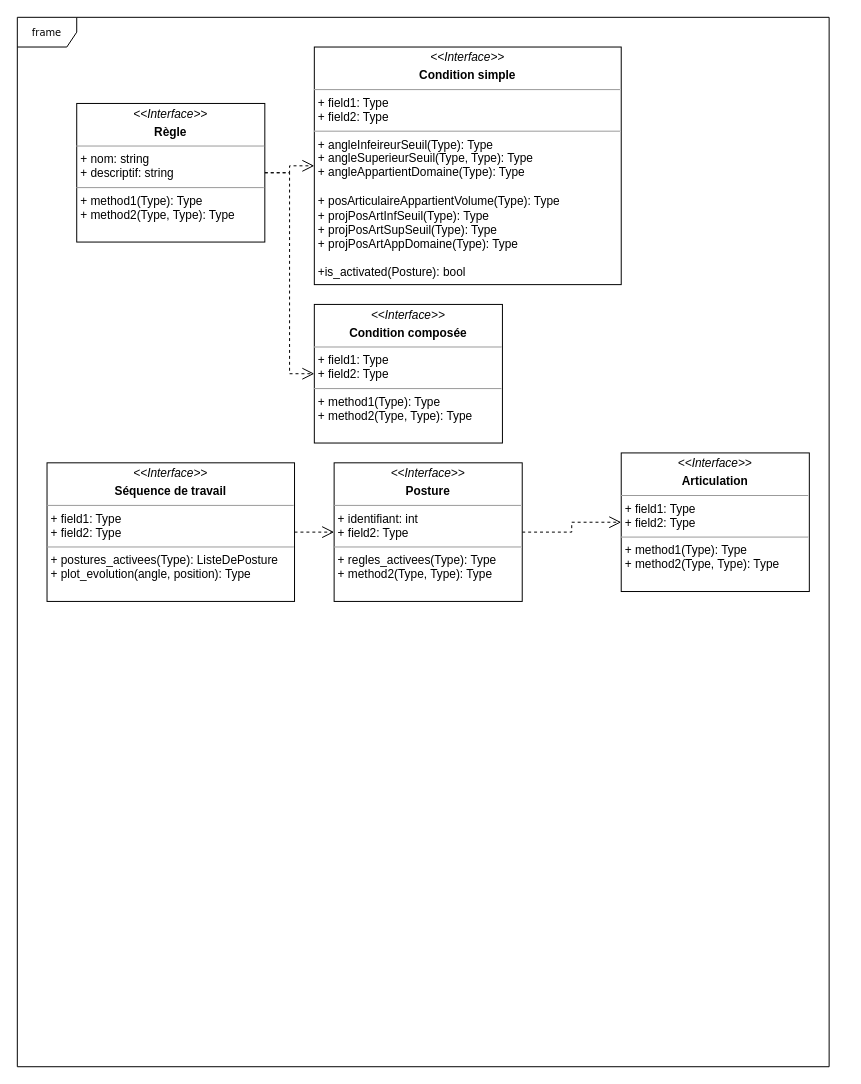
Above: MiniPOO-Diagramme de classe.drawio in lajoll1/MINI_POO222 (draw.io), before the change. Source tidied: cells renumbered, new cells numbered last; positions are measured from the earlier drawing's top-left corner, leaving out a move shared by most shapes. Both pictures are drawn from the tidied source at 99%, with x=0, y=0 at pixel (17, 17).
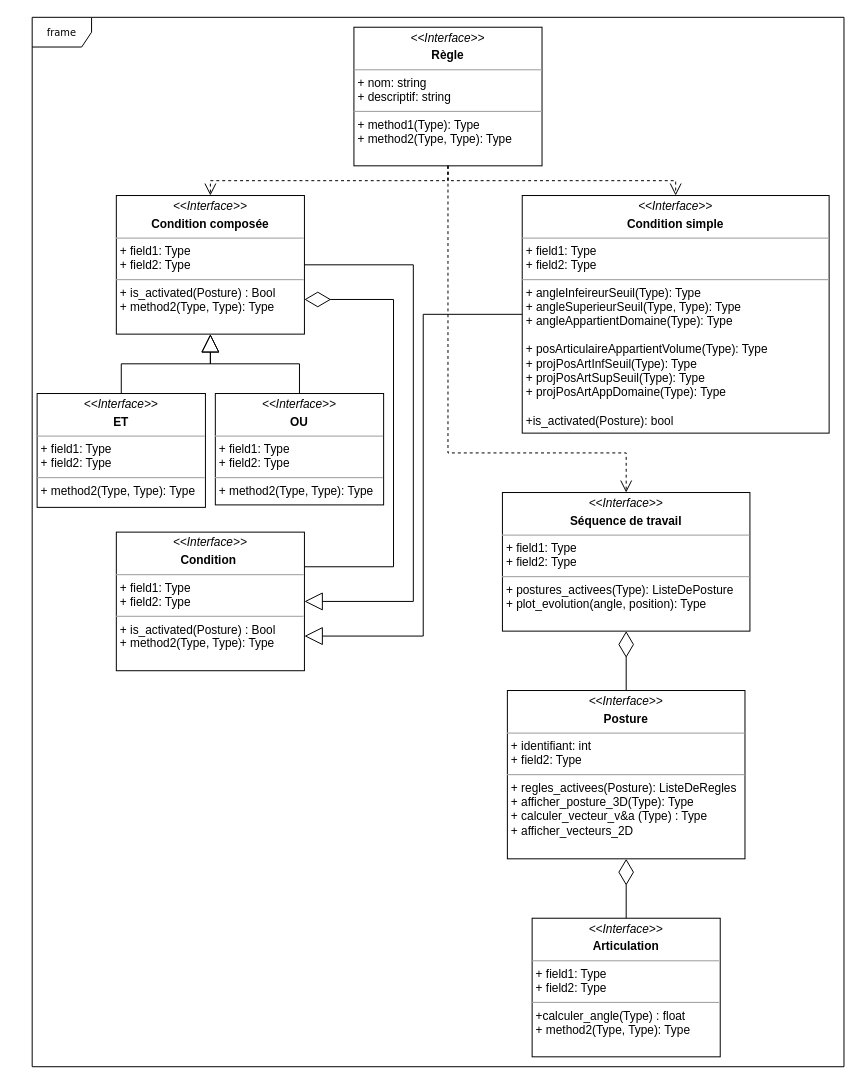
The same page after the edit.

Commit message:
Mettre à jour MiniPOO-Diagramme de classe.drawio

Change to the diagram source:
```diff
@@
     <mxCell id="2" value="frame" style="shape=umlFrame;whiteSpace=wrap;html=1;rounded=0;shadow=0;comic=0;labelBackgroundColor=none;strokeWidth=1;fontFamily=Verdana;fontSize=10;align=center;" parent="1" vertex="1">
-      <mxGeometry width="820" height="1060" as="geometry" />
+      <mxGeometry x="15" width="820" height="1060" as="geometry" />
     </mxCell>
-    <mxCell id="3" style="edgeStyle=orthogonalEdgeStyle;rounded=0;html=1;dashed=1;labelBackgroundColor=none;startFill=0;endArrow=open;endFill=0;endSize=10;fontFamily=Verdana;fontSize=10;entryX=0;entryY=0.5;entryDx=0;entryDy=0;" parent="1" edge="1" source="4" target="10">
-      <mxGeometry relative="1" as="geometry" />
-    </mxCell>
-    <mxCell id="4" value="&lt;p style=&quot;margin:0px;margin-top:4px;text-align:center;&quot;&gt;&lt;i&gt;&amp;lt;&amp;lt;Interface&amp;gt;&amp;gt;&lt;/i&gt;&lt;b&gt;&lt;br&gt;&lt;/b&gt;&lt;/p&gt;&lt;p style=&quot;margin:0px;margin-top:4px;text-align:center;&quot;&gt;&lt;b&gt;Posture&lt;/b&gt;&lt;br&gt;&lt;/p&gt;&lt;hr size=&quot;1&quot;&gt;&lt;p style=&quot;margin:0px;margin-left:4px;&quot;&gt;+ identifiant: int&lt;br&gt;+ field2: Type&lt;/p&gt;&lt;hr size=&quot;1&quot;&gt;&lt;p style=&quot;margin:0px;margin-left:4px;&quot;&gt;+ regles_activees(Type): Type&lt;br&gt;+ method2(Type, Type): Type&lt;/p&gt;" style="verticalAlign=top;align=left;overflow=fill;fontSize=12;fontFamily=Helvetica;html=1;rounded=0;shadow=0;comic=0;labelBackgroundColor=none;strokeWidth=1;" parent="1" vertex="1">
-      <mxGeometry x="320" y="450" width="190" height="140" as="geometry" />
+    <mxCell id="4" value="&lt;p style=&quot;margin:0px;margin-top:4px;text-align:center;&quot;&gt;&lt;i&gt;&amp;lt;&amp;lt;Interface&amp;gt;&amp;gt;&lt;/i&gt;&lt;b&gt;&lt;br&gt;&lt;/b&gt;&lt;/p&gt;&lt;p style=&quot;margin:0px;margin-top:4px;text-align:center;&quot;&gt;&lt;b&gt;Posture&lt;/b&gt;&lt;br&gt;&lt;/p&gt;&lt;hr size=&quot;1&quot;&gt;&lt;p style=&quot;margin:0px;margin-left:4px;&quot;&gt;+ identifiant: int&lt;br&gt;+ field2: Type&lt;/p&gt;&lt;hr size=&quot;1&quot;&gt;&lt;p style=&quot;margin:0px;margin-left:4px;&quot;&gt;+ regles_activees(Posture): ListeDeRegles&lt;br&gt;+ afficher_posture_3D(Type): Type&lt;/p&gt;&lt;p style=&quot;margin:0px;margin-left:4px;&quot;&gt;+ calculer_vecteur_v&amp;amp;a (Type) : Type&amp;nbsp;&lt;/p&gt;&lt;p style=&quot;margin:0px;margin-left:4px;&quot;&gt;+ afficher_vecteurs_2D&lt;/p&gt;" style="verticalAlign=top;align=left;overflow=fill;fontSize=12;fontFamily=Helvetica;html=1;rounded=0;shadow=0;comic=0;labelBackgroundColor=none;strokeWidth=1;" parent="1" vertex="1">
+      <mxGeometry x="495" y="680" width="240" height="170" as="geometry" />
     </mxCell>
-    <mxCell id="5" style="edgeStyle=orthogonalEdgeStyle;rounded=0;html=1;labelBackgroundColor=none;startFill=0;endArrow=open;endFill=0;endSize=10;fontFamily=Verdana;fontSize=10;dashed=1;entryX=0;entryY=0.5;entryDx=0;entryDy=0;" parent="1" edge="1" source="6" target="8">
-      <mxGeometry relative="1" as="geometry" />
-    </mxCell>
     <mxCell id="6" value="&lt;p style=&quot;margin:0px;margin-top:4px;text-align:center;&quot;&gt;&lt;i&gt;&amp;lt;&amp;lt;Interface&amp;gt;&amp;gt;&lt;/i&gt;&lt;b&gt;&lt;br&gt;&lt;/b&gt;&lt;/p&gt;&lt;p style=&quot;margin:0px;margin-top:4px;text-align:center;&quot;&gt;&lt;b&gt;Règle&lt;/b&gt;&lt;br&gt;&lt;/p&gt;&lt;hr size=&quot;1&quot;&gt;&lt;p style=&quot;margin:0px;margin-left:4px;&quot;&gt;+ nom: string&lt;br&gt;+ descriptif: string&lt;/p&gt;&lt;hr size=&quot;1&quot;&gt;&lt;p style=&quot;margin:0px;margin-left:4px;&quot;&gt;+ method1(Type): Type&lt;br&gt;+ method2(Type, Type): Type&lt;/p&gt;" style="verticalAlign=top;align=left;overflow=fill;fontSize=12;fontFamily=Helvetica;html=1;rounded=0;shadow=0;comic=0;labelBackgroundColor=none;strokeWidth=1;" parent="1" vertex="1">
-      <mxGeometry x="60" y="87" width="190" height="140" as="geometry" />
+      <mxGeometry x="340" y="10" width="190" height="140" as="geometry" />
     </mxCell>
     <mxCell id="7" value="&lt;p style=&quot;margin:0px;margin-top:4px;text-align:center;&quot;&gt;&lt;i&gt;&amp;lt;&amp;lt;Interface&amp;gt;&amp;gt;&lt;/i&gt;&lt;/p&gt;&lt;p style=&quot;margin:0px;margin-top:4px;text-align:center;&quot;&gt;&lt;b&gt;Séquence de travail&lt;/b&gt;&lt;br&gt;&lt;/p&gt;&lt;hr size=&quot;1&quot;&gt;&lt;p style=&quot;margin:0px;margin-left:4px;&quot;&gt;+ field1: Type&lt;br&gt;+ field2: Type&lt;/p&gt;&lt;hr size=&quot;1&quot;&gt;&lt;p style=&quot;margin:0px;margin-left:4px;&quot;&gt;+ postures_activees(Type): ListeDePosture&lt;br&gt;&lt;/p&gt;&lt;p style=&quot;margin:0px;margin-left:4px;&quot;&gt;+ plot_evolution(angle, position): Type&lt;/p&gt;&lt;div title=&quot;Page 4&quot; class=&quot;page&quot;&gt;&lt;div class=&quot;layoutArea&quot;&gt;&lt;div class=&quot;column&quot;&gt;&lt;ul style=&quot;list-style-type: none&quot;&gt;&lt;li&gt;&lt;br&gt;&lt;/li&gt;&lt;/ul&gt;&lt;/div&gt;&lt;/div&gt;&lt;/div&gt;" style="verticalAlign=top;align=left;overflow=fill;fontSize=12;fontFamily=Helvetica;html=1;rounded=0;shadow=0;comic=0;labelBackgroundColor=none;strokeWidth=1;" parent="1" vertex="1">
-      <mxGeometry x="30" y="450" width="250" height="140" as="geometry" />
+      <mxGeometry x="490" y="480" width="250" height="140" as="geometry" />
     </mxCell>
     <mxCell id="8" value="&lt;p style=&quot;margin:0px;margin-top:4px;text-align:center;&quot;&gt;&lt;i&gt;&amp;lt;&amp;lt;Interface&amp;gt;&amp;gt;&lt;/i&gt;&lt;b&gt;&lt;br&gt;&lt;/b&gt;&lt;/p&gt;&lt;p style=&quot;margin:0px;margin-top:4px;text-align:center;&quot;&gt;&lt;b&gt;Condition simple&lt;/b&gt;&lt;br&gt;&lt;/p&gt;&lt;hr size=&quot;1&quot;&gt;&lt;p style=&quot;margin:0px;margin-left:4px;&quot;&gt;+ field1: Type&lt;br&gt;+ field2: Type&lt;/p&gt;&lt;hr size=&quot;1&quot;&gt;&lt;p style=&quot;margin:0px;margin-left:4px;&quot;&gt;+ angleInfeireurSeuil(Type): Type&lt;br&gt;+ angleSuperieurSeuil(Type, Type): Type&lt;/p&gt;&lt;p style=&quot;margin:0px;margin-left:4px;&quot;&gt;+ angleAppartientDomaine(Type): Type&lt;/p&gt;&lt;p style=&quot;margin:0px;margin-left:4px;&quot;&gt;&lt;br&gt;&lt;/p&gt;&lt;p style=&quot;margin:0px;margin-left:4px;&quot;&gt;+ posArticulaireAppartientVolume(Type): Type&lt;/p&gt;&lt;p style=&quot;margin:0px;margin-left:4px;&quot;&gt;+ projPosArtInfSeuil(Type): Type&lt;/p&gt;&lt;p style=&quot;margin:0px;margin-left:4px;&quot;&gt;+ projPosArtSupSeuil(Type): Type&lt;br&gt;&lt;/p&gt;&lt;p style=&quot;margin:0px;margin-left:4px;&quot;&gt;+ projPosArtAppDomaine(Type): Type&lt;/p&gt;&lt;p style=&quot;margin:0px;margin-left:4px;&quot;&gt;&lt;br&gt;&lt;/p&gt;&lt;p style=&quot;margin:0px;margin-left:4px;&quot;&gt;+is_activated(Posture): bool&lt;br/&gt;&lt;br/&gt;    &lt;br/&gt;   &lt;br/&gt;  &lt;/p&gt;&lt;br/&gt; &lt;br/&gt;" style="verticalAlign=top;align=left;overflow=fill;fontSize=12;fontFamily=Helvetica;html=1;rounded=0;shadow=0;comic=0;labelBackgroundColor=none;strokeWidth=1;" parent="1" vertex="1">
-      <mxGeometry x="300" y="30" width="310" height="240" as="geometry" />
+      <mxGeometry x="510" y="180" width="310" height="240" as="geometry" />
     </mxCell>
-    <mxCell id="9" value="&lt;p style=&quot;margin:0px;margin-top:4px;text-align:center;&quot;&gt;&lt;i&gt;&amp;lt;&amp;lt;Interface&amp;gt;&amp;gt;&lt;/i&gt;&lt;b&gt;&lt;br&gt;&lt;/b&gt;&lt;/p&gt;&lt;p style=&quot;margin:0px;margin-top:4px;text-align:center;&quot;&gt;&lt;b&gt;Condition composée&lt;/b&gt;&lt;br&gt;&lt;/p&gt;&lt;hr size=&quot;1&quot;&gt;&lt;p style=&quot;margin:0px;margin-left:4px;&quot;&gt;+ field1: Type&lt;br&gt;+ field2: Type&lt;/p&gt;&lt;hr size=&quot;1&quot;&gt;&lt;p style=&quot;margin:0px;margin-left:4px;&quot;&gt;+ method1(Type): Type&lt;br&gt;+ method2(Type, Type): Type&lt;/p&gt;" style="verticalAlign=top;align=left;overflow=fill;fontSize=12;fontFamily=Helvetica;html=1;rounded=0;shadow=0;comic=0;labelBackgroundColor=none;strokeWidth=1;" parent="1" vertex="1">
-      <mxGeometry x="300" y="290" width="190" height="140" as="geometry" />
+    <mxCell id="9" value="&lt;p style=&quot;margin:0px;margin-top:4px;text-align:center;&quot;&gt;&lt;i&gt;&amp;lt;&amp;lt;Interface&amp;gt;&amp;gt;&lt;/i&gt;&lt;b&gt;&lt;br&gt;&lt;/b&gt;&lt;/p&gt;&lt;p style=&quot;margin:0px;margin-top:4px;text-align:center;&quot;&gt;&lt;b&gt;Condition composée&lt;/b&gt;&lt;br&gt;&lt;/p&gt;&lt;hr size=&quot;1&quot;&gt;&lt;p style=&quot;margin:0px;margin-left:4px;&quot;&gt;+ field1: Type&lt;br&gt;+ field2: Type&lt;/p&gt;&lt;hr size=&quot;1&quot;&gt;&lt;p style=&quot;margin:0px;margin-left:4px;&quot;&gt;+ is_activated(Posture) : Bool&amp;nbsp;&lt;br&gt;+ method2(Type, Type): Type&lt;/p&gt;" style="verticalAlign=top;align=left;overflow=fill;fontSize=12;fontFamily=Helvetica;html=1;rounded=0;shadow=0;comic=0;labelBackgroundColor=none;strokeWidth=1;" parent="1" vertex="1">
+      <mxGeometry x="100" y="180" width="190" height="140" as="geometry" />
     </mxCell>
-    <mxCell id="10" value="&lt;p style=&quot;margin:0px;margin-top:4px;text-align:center;&quot;&gt;&lt;i&gt;&amp;lt;&amp;lt;Interface&amp;gt;&amp;gt;&lt;/i&gt;&lt;b&gt;&lt;br&gt;&lt;/b&gt;&lt;/p&gt;&lt;p style=&quot;margin:0px;margin-top:4px;text-align:center;&quot;&gt;&lt;b&gt;Articulation&lt;/b&gt;&lt;br&gt;&lt;/p&gt;&lt;hr size=&quot;1&quot;&gt;&lt;p style=&quot;margin:0px;margin-left:4px;&quot;&gt;+ field1: Type&lt;br&gt;+ field2: Type&lt;/p&gt;&lt;hr size=&quot;1&quot;&gt;&lt;p style=&quot;margin:0px;margin-left:4px;&quot;&gt;+ method1(Type): Type&lt;br&gt;+ method2(Type, Type): Type&lt;/p&gt;" style="verticalAlign=top;align=left;overflow=fill;fontSize=12;fontFamily=Helvetica;html=1;rounded=0;shadow=0;comic=0;labelBackgroundColor=none;strokeWidth=1;" parent="1" vertex="1">
-      <mxGeometry x="610" y="440" width="190" height="140" as="geometry" />
+    <mxCell id="10" value="&lt;p style=&quot;margin:0px;margin-top:4px;text-align:center;&quot;&gt;&lt;i&gt;&amp;lt;&amp;lt;Interface&amp;gt;&amp;gt;&lt;/i&gt;&lt;b&gt;&lt;br&gt;&lt;/b&gt;&lt;/p&gt;&lt;p style=&quot;margin:0px;margin-top:4px;text-align:center;&quot;&gt;&lt;b&gt;Articulation&lt;/b&gt;&lt;br&gt;&lt;/p&gt;&lt;hr size=&quot;1&quot;&gt;&lt;p style=&quot;margin:0px;margin-left:4px;&quot;&gt;+ field1: Type&lt;br&gt;+ field2: Type&lt;/p&gt;&lt;hr size=&quot;1&quot;&gt;&lt;p style=&quot;margin:0px;margin-left:4px;&quot;&gt;+calculer_angle(Type) : float&lt;br&gt;+ method2(Type, Type): Type&lt;/p&gt;" style="verticalAlign=top;align=left;overflow=fill;fontSize=12;fontFamily=Helvetica;html=1;rounded=0;shadow=0;comic=0;labelBackgroundColor=none;strokeWidth=1;" parent="1" vertex="1">
+      <mxGeometry x="520" y="910" width="190" height="140" as="geometry" />
     </mxCell>
-    <mxCell id="11" style="edgeStyle=orthogonalEdgeStyle;rounded=0;html=1;labelBackgroundColor=none;startFill=0;endArrow=open;endFill=0;endSize=10;fontFamily=Verdana;fontSize=10;dashed=1;entryX=0;entryY=0.5;entryDx=0;entryDy=0;exitX=1;exitY=0.5;exitDx=0;exitDy=0;" parent="1" edge="1" source="6" target="9">
+    <mxCell id="11" style="edgeStyle=orthogonalEdgeStyle;rounded=0;html=1;dashed=1;labelBackgroundColor=none;startFill=0;endArrow=open;endFill=0;endSize=10;fontFamily=Verdana;fontSize=10;entryX=0.5;entryY=0;entryDx=0;entryDy=0;exitX=0.5;exitY=1;exitDx=0;exitDy=0;" parent="1" edge="1" source="6" target="9">
       <mxGeometry relative="1" as="geometry" />
     </mxCell>
-    <mxCell id="12" style="edgeStyle=orthogonalEdgeStyle;rounded=0;html=1;dashed=1;labelBackgroundColor=none;startFill=0;endArrow=open;endFill=0;endSize=10;fontFamily=Verdana;fontSize=10;exitX=1;exitY=0.5;exitDx=0;exitDy=0;" parent="1" edge="1" source="7" target="4">
-      <mxGeometry relative="1" as="geometry" />
-    </mxCell>
+    <mxCell id="5" style="edgeStyle=orthogonalEdgeStyle;rounded=0;html=1;dashed=1;labelBackgroundColor=none;startFill=0;endArrow=open;endFill=0;endSize=10;fontFamily=Verdana;fontSize=10;entryX=0.5;entryY=0;entryDx=0;entryDy=0;exitX=0.5;exitY=1;exitDx=0;exitDy=0;" parent="1" edge="1" source="6" target="8">
+      <mxGeometry relative="1" as="geometry" />
+    </mxCell>
+    <mxCell id="13" value="&lt;p style=&quot;margin:0px;margin-top:4px;text-align:center;&quot;&gt;&lt;i&gt;&amp;lt;&amp;lt;Interface&amp;gt;&amp;gt;&lt;/i&gt;&lt;b&gt;&lt;br&gt;&lt;/b&gt;&lt;/p&gt;&lt;p style=&quot;margin:0px;margin-top:4px;text-align:center;&quot;&gt;&lt;b&gt;ET&lt;/b&gt;&lt;br&gt;&lt;/p&gt;&lt;hr size=&quot;1&quot;&gt;&lt;p style=&quot;margin:0px;margin-left:4px;&quot;&gt;+ field1: Type&lt;br&gt;+ field2: Type&lt;/p&gt;&lt;hr size=&quot;1&quot;&gt;&lt;p style=&quot;margin:0px;margin-left:4px;&quot;&gt;+ method2(Type, Type): Type&lt;/p&gt;" style="verticalAlign=top;align=left;overflow=fill;fontSize=12;fontFamily=Helvetica;html=1;rounded=0;shadow=0;comic=0;labelBackgroundColor=none;strokeWidth=1;" parent="1" vertex="1">
+      <mxGeometry x="20" y="380" width="170" height="115" as="geometry" />
+    </mxCell>
+    <mxCell id="14" value="&lt;p style=&quot;margin:0px;margin-top:4px;text-align:center;&quot;&gt;&lt;i&gt;&amp;lt;&amp;lt;Interface&amp;gt;&amp;gt;&lt;/i&gt;&lt;b&gt;&lt;br&gt;&lt;/b&gt;&lt;/p&gt;&lt;p style=&quot;margin:0px;margin-top:4px;text-align:center;&quot;&gt;&lt;b&gt;OU&lt;/b&gt;&lt;br&gt;&lt;/p&gt;&lt;hr size=&quot;1&quot;&gt;&lt;p style=&quot;margin:0px;margin-left:4px;&quot;&gt;+ field1: Type&lt;br&gt;+ field2: Type&lt;/p&gt;&lt;hr size=&quot;1&quot;&gt;&lt;p style=&quot;margin:0px;margin-left:4px;&quot;&gt;+ method2(Type, Type): Type&lt;/p&gt;" style="verticalAlign=top;align=left;overflow=fill;fontSize=12;fontFamily=Helvetica;html=1;rounded=0;shadow=0;comic=0;labelBackgroundColor=none;strokeWidth=1;" parent="1" vertex="1">
+      <mxGeometry x="200" y="380" width="170" height="112.5" as="geometry" />
+    </mxCell>
+    <mxCell id="15" style="edgeStyle=orthogonalEdgeStyle;rounded=0;html=1;dashed=1;labelBackgroundColor=none;startFill=0;endArrow=open;endFill=0;endSize=10;fontFamily=Verdana;fontSize=10;exitX=0.5;exitY=1;exitDx=0;exitDy=0;entryX=0.5;entryY=0;entryDx=0;entryDy=0;" parent="1" edge="1" source="6" target="7">
+      <mxGeometry relative="1" as="geometry">
+        <Array as="points">
+          <mxPoint x="435" y="440" />
+          <mxPoint x="615" y="440" />
+        </Array>
+      </mxGeometry>
+    </mxCell>
+    <mxCell id="16" style="endArrow=diamondThin;endFill=0;endSize=24;html=1;rounded=0;entryX=0.5;entryY=1;entryDx=0;entryDy=0;exitX=0.5;exitY=0;exitDx=0;exitDy=0;" parent="1" edge="1" source="4" target="7">
+      <mxGeometry relative="1" as="geometry" />
+    </mxCell>
+    <mxCell id="17" style="endArrow=diamondThin;endFill=0;endSize=24;html=1;rounded=0;exitX=0.5;exitY=0;exitDx=0;exitDy=0;entryX=0.5;entryY=1;entryDx=0;entryDy=0;" parent="1" edge="1" source="10" target="4">
+      <mxGeometry relative="1" as="geometry" />
+    </mxCell>
+    <mxCell id="18" style="endArrow=block;endSize=16;endFill=0;html=1;rounded=0;exitX=0.5;exitY=0;exitDx=0;exitDy=0;entryX=0.5;entryY=1;entryDx=0;entryDy=0;" parent="1" edge="1" source="13" target="9">
+      <mxGeometry relative="1" as="geometry">
+        <Array as="points">
+          <mxPoint x="105" y="350" />
+          <mxPoint x="195" y="350" />
+        </Array>
+      </mxGeometry>
+    </mxCell>
+    <mxCell id="19" style="endArrow=block;endSize=16;endFill=0;html=1;rounded=0;exitX=0.5;exitY=0;exitDx=0;exitDy=0;entryX=0.5;entryY=1;entryDx=0;entryDy=0;" parent="1" edge="1" source="14" target="9">
+      <mxGeometry relative="1" as="geometry">
+        <Array as="points">
+          <mxPoint x="285" y="350" />
+          <mxPoint x="195" y="350" />
+        </Array>
+      </mxGeometry>
+    </mxCell>
+    <mxCell id="20" value="&lt;p style=&quot;margin:0px;margin-top:4px;text-align:center;&quot;&gt;&lt;i&gt;&amp;lt;&amp;lt;Interface&amp;gt;&amp;gt;&lt;/i&gt;&lt;b&gt;&lt;br&gt;&lt;/b&gt;&lt;/p&gt;&lt;p style=&quot;margin:0px;margin-top:4px;text-align:center;&quot;&gt;&lt;b&gt;Condition&amp;nbsp;&lt;/b&gt;&lt;br&gt;&lt;/p&gt;&lt;hr size=&quot;1&quot;&gt;&lt;p style=&quot;margin:0px;margin-left:4px;&quot;&gt;+ field1: Type&lt;br&gt;+ field2: Type&lt;/p&gt;&lt;hr size=&quot;1&quot;&gt;&lt;p style=&quot;margin:0px;margin-left:4px;&quot;&gt;+ is_activated(Posture) : Bool&amp;nbsp;&lt;br&gt;+ method2(Type, Type): Type&lt;/p&gt;" style="verticalAlign=top;align=left;overflow=fill;fontSize=12;fontFamily=Helvetica;html=1;rounded=0;shadow=0;comic=0;labelBackgroundColor=none;strokeWidth=1;" parent="1" vertex="1">
+      <mxGeometry x="100" y="520" width="190" height="140" as="geometry" />
+    </mxCell>
+    <mxCell id="21" style="endArrow=block;endSize=16;endFill=0;html=1;rounded=0;exitX=0;exitY=0.5;exitDx=0;exitDy=0;entryX=1;entryY=0.75;entryDx=0;entryDy=0;" parent="1" edge="1" source="8" target="20">
+      <mxGeometry relative="1" as="geometry">
+        <Array as="points">
+          <mxPoint x="410" y="300" />
+          <mxPoint x="410" y="625" />
+        </Array>
+      </mxGeometry>
+    </mxCell>
+    <mxCell id="22" style="endArrow=block;endSize=16;endFill=0;html=1;rounded=0;exitX=1;exitY=0.5;exitDx=0;exitDy=0;entryX=1;entryY=0.5;entryDx=0;entryDy=0;" parent="1" edge="1" source="9" target="20">
+      <mxGeometry relative="1" as="geometry">
+        <Array as="points">
+          <mxPoint x="400" y="250" />
+          <mxPoint x="400" y="590" />
+        </Array>
+      </mxGeometry>
+    </mxCell>
+    <mxCell id="23" style="endArrow=diamondThin;endFill=0;endSize=24;html=1;rounded=0;exitX=1;exitY=0.25;exitDx=0;exitDy=0;entryX=1;entryY=0.75;entryDx=0;entryDy=0;" parent="1" edge="1" source="20" target="9">
+      <mxGeometry relative="1" as="geometry">
+        <Array as="points">
+          <mxPoint x="380" y="555" />
+          <mxPoint x="380" y="285" />
+        </Array>
+      </mxGeometry>
+    </mxCell>
```
